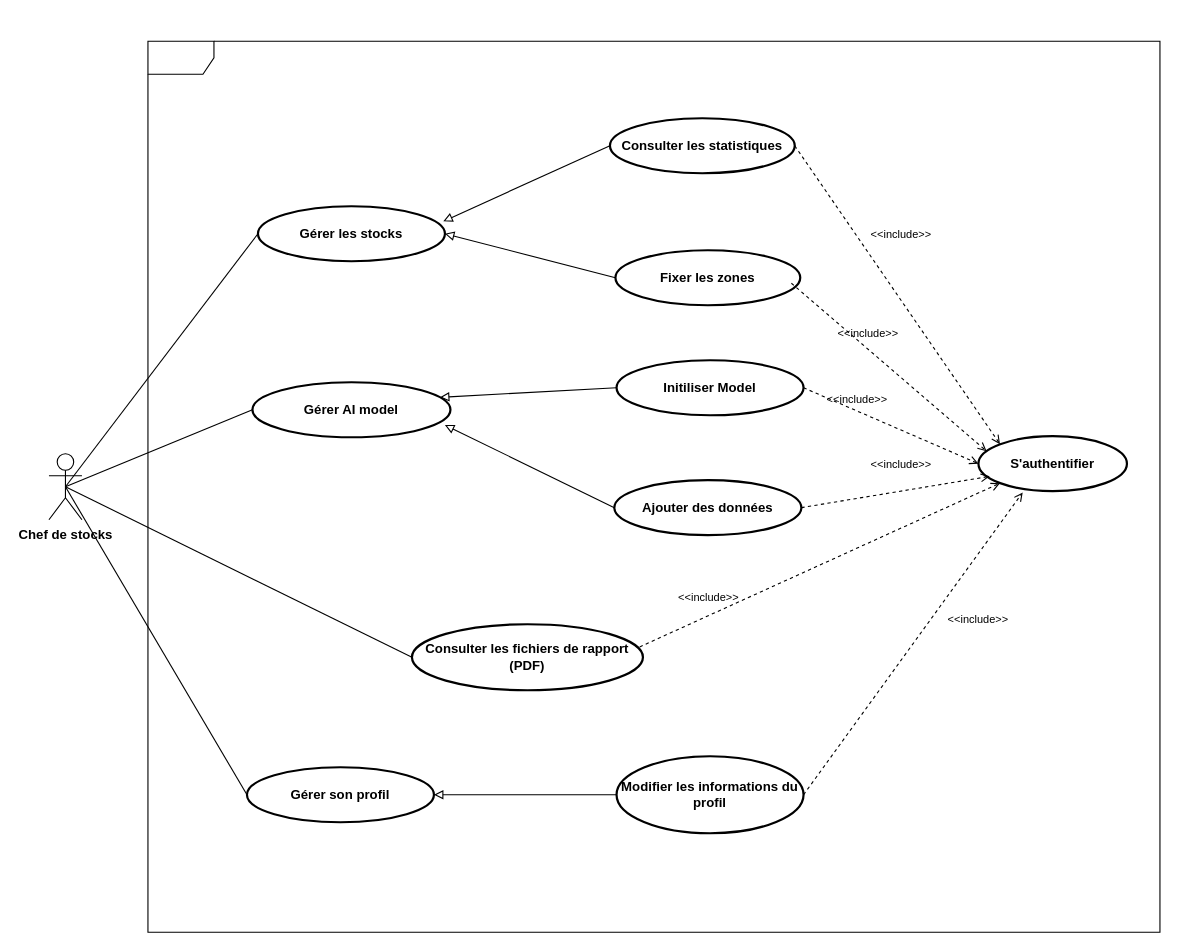
This is stock-chef.drawio from Aladdinne/Aladdinne, a draw.io file, before an edit. Source tidied: cells renumbered, new cells numbered last; positions are measured from the earlier drawing's top-left corner, leaving out a move shared by most shapes. Both pictures are drawn from the tidied source at 110%, with x=0, y=0 at pixel (48, 41).
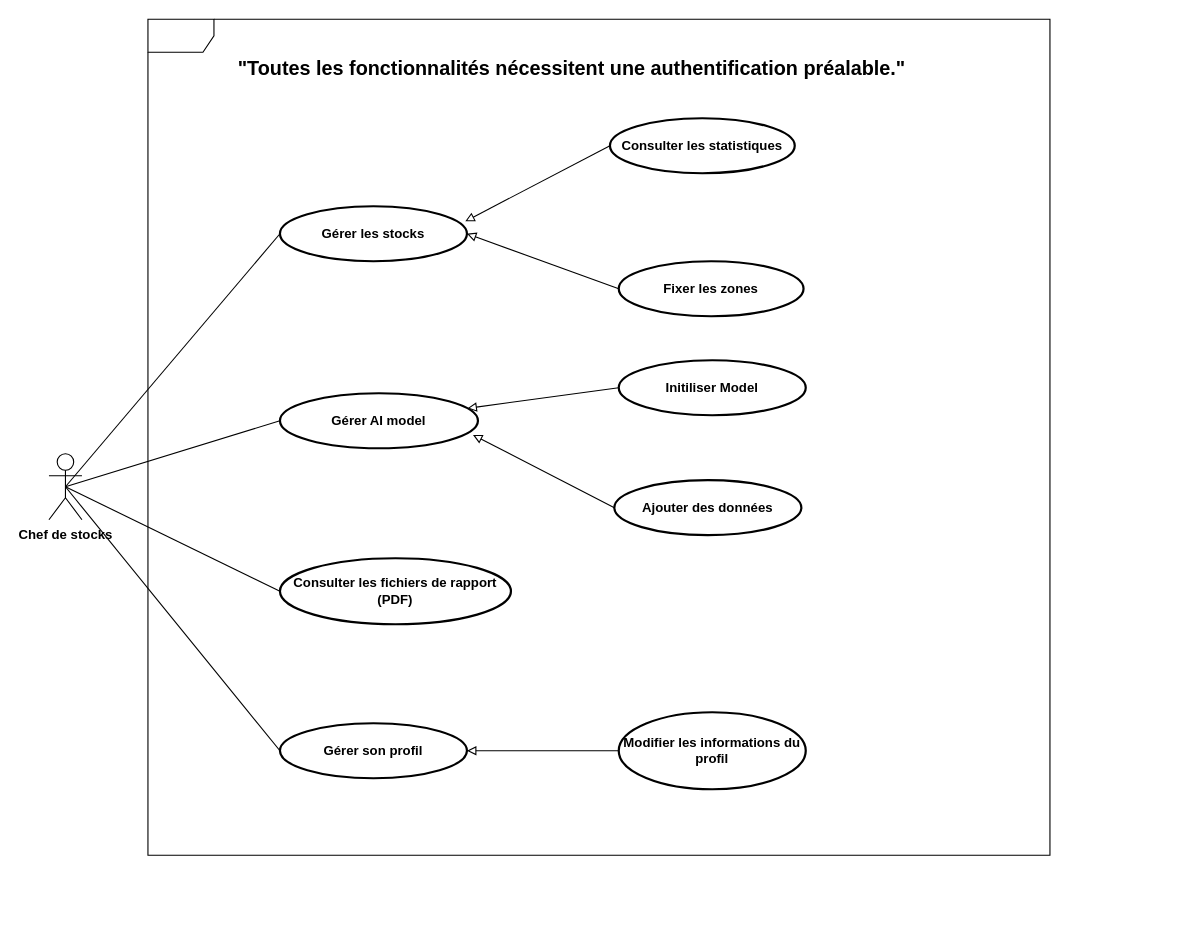
The same diagram, later.

Commit message:
Mettre à jour stock-chef.drawio

The change refers to these unchanged cells:
```xml
<mxCell id="17" value="&lt;b&gt;Consulter les statistiques&lt;/b&gt;" style="strokeWidth=2;html=1;shape=mxgraph.flowchart.start_1;whiteSpace=wrap;" parent="1" vertex="1">
  <mxGeometry x="510" y="70" width="168" height="50" as="geometry" />
</mxCell>
<mxCell id="26" value="&lt;b&gt;Ajouter des données&lt;/b&gt;" style="strokeWidth=2;html=1;shape=mxgraph.flowchart.start_1;whiteSpace=wrap;" parent="1" vertex="1">
  <mxGeometry x="514" y="399" width="170" height="50" as="geometry" />
</mxCell>
```

The edit, as a diff of the source:
```diff
@@
     <mxCell id="3" style="shape=umlFrame;whiteSpace=wrap;html=1;" parent="1" vertex="1">
-      <mxGeometry x="90" width="920" height="810" as="geometry" />
+      <mxGeometry x="90" y="-20" width="820" height="760" as="geometry" />
     </mxCell>
-    <mxCell id="4" value="&lt;b&gt;S'authentifier&lt;/b&gt;" style="strokeWidth=2;html=1;shape=mxgraph.flowchart.start_1;whiteSpace=wrap;" parent="1" vertex="1">
-      <mxGeometry x="845" y="359" width="135" height="50" as="geometry" />
-    </mxCell>
     <mxCell id="5" value="&lt;b&gt;Consulter les fichiers de rapport (PDF)&lt;/b&gt;" style="strokeWidth=2;html=1;shape=mxgraph.flowchart.start_1;whiteSpace=wrap;" parent="1" vertex="1">
-      <mxGeometry x="330" y="530" width="210" height="60" as="geometry" />
+      <mxGeometry x="210" y="470" width="210" height="60" as="geometry" />
     </mxCell>
     <mxCell id="6" value="&lt;b&gt;Gérer AI model&lt;/b&gt;" style="strokeWidth=2;html=1;shape=mxgraph.flowchart.start_1;whiteSpace=wrap;" parent="1" vertex="1">
-      <mxGeometry x="185" y="310" width="180" height="50" as="geometry" />
+      <mxGeometry x="210" y="320" width="180" height="50" as="geometry" />
     </mxCell>
     <mxCell id="7" value="&lt;b&gt;Gérer les stocks&lt;/b&gt;" style="strokeWidth=2;html=1;shape=mxgraph.flowchart.start_1;whiteSpace=wrap;" parent="1" vertex="1">
-      <mxGeometry x="190" y="150" width="170" height="50" as="geometry" />
+      <mxGeometry x="210" y="150" width="170" height="50" as="geometry" />
     </mxCell>
@@
-    <mxCell id="11" style="rounded=0;jettySize=auto;html=1;exitX=1;exitY=0.5;exitDx=0;exitDy=0;entryX=0.145;entryY=0.145;entryDx=0;entryDy=0;entryPerimeter=0;endArrow=open;endFill=0;dashed=1;exitPerimeter=0;" parent="1" edge="1" source="17" target="4">
-      <mxGeometry relative="1" as="geometry" />
-    </mxCell>
-    <mxCell id="12" style="rounded=0;jettySize=auto;html=1;entryX=0;entryY=0.5;entryDx=0;entryDy=0;entryPerimeter=0;endArrow=open;endFill=0;dashed=1;exitX=1;exitY=0.5;exitDx=0;exitDy=0;exitPerimeter=0;" parent="1" edge="1" source="24" target="4">
-      <mxGeometry relative="1" as="geometry" />
-    </mxCell>
-    <mxCell id="13" style="rounded=0;jettySize=auto;html=1;entryX=0.145;entryY=0.855;entryDx=0;entryDy=0;entryPerimeter=0;endArrow=open;endFill=0;dashed=1;exitX=0.986;exitY=0.343;exitDx=0;exitDy=0;exitPerimeter=0;" parent="1" edge="1" source="5" target="4">
-      <mxGeometry relative="1" as="geometry" />
-    </mxCell>
-    <mxCell id="14" value="&lt;font style=&quot;font-size: 10px;&quot;&gt;&amp;lt;&amp;lt;include&amp;gt;&amp;gt;&lt;/font&gt;" style="text;strokeColor=none;align=center;fillColor=none;html=1;verticalAlign=middle;whiteSpace=wrap;rounded=0;" parent="1" vertex="1">
-      <mxGeometry x="700" y="250" width="90" height="30" as="geometry" />
-    </mxCell>
-    <mxCell id="15" value="&lt;font style=&quot;font-size: 10px;&quot;&gt;&amp;lt;&amp;lt;include&amp;gt;&amp;gt;&lt;/font&gt;" style="text;strokeColor=none;align=center;fillColor=none;html=1;verticalAlign=middle;whiteSpace=wrap;rounded=0;" parent="1" vertex="1">
-      <mxGeometry x="730" y="160" width="90" height="30" as="geometry" />
-    </mxCell>
-    <mxCell id="16" value="&lt;font style=&quot;font-size: 10px;&quot;&gt;&amp;lt;&amp;lt;include&amp;gt;&amp;gt;&lt;/font&gt;" style="text;strokeColor=none;align=center;fillColor=none;html=1;verticalAlign=middle;whiteSpace=wrap;rounded=0;" parent="1" vertex="1">
-      <mxGeometry x="800" y="510" width="90" height="30" as="geometry" />
-    </mxCell>
@@
     <mxCell id="19" value="&lt;b&gt;Gérer son profil&lt;/b&gt;" style="strokeWidth=2;html=1;shape=mxgraph.flowchart.start_1;whiteSpace=wrap;" parent="1" vertex="1">
-      <mxGeometry x="180" y="660" width="170" height="50" as="geometry" />
+      <mxGeometry x="210" y="620" width="170" height="50" as="geometry" />
     </mxCell>
@@
     <mxCell id="21" value="&lt;b&gt;Modifier les informations du profil&lt;/b&gt;" style="strokeWidth=2;html=1;shape=mxgraph.flowchart.start_1;whiteSpace=wrap;" parent="1" vertex="1">
-      <mxGeometry x="516" y="650" width="170" height="70" as="geometry" />
+      <mxGeometry x="518" y="610" width="170" height="70" as="geometry" />
     </mxCell>
-    <mxCell id="22" style="rounded=0;jettySize=auto;html=1;entryX=0.298;entryY=1.023;entryDx=0;entryDy=0;entryPerimeter=0;endArrow=open;endFill=0;dashed=1;exitX=1;exitY=0.5;exitDx=0;exitDy=0;exitPerimeter=0;" parent="1" edge="1" source="21" target="4">
-      <mxGeometry relative="1" as="geometry" />
-    </mxCell>
@@
     <mxCell id="24" value="&lt;b&gt;Initiliser Model&lt;/b&gt;" style="strokeWidth=2;html=1;shape=mxgraph.flowchart.start_1;whiteSpace=wrap;" parent="1" vertex="1">
-      <mxGeometry x="516" y="290" width="170" height="50" as="geometry" />
+      <mxGeometry x="518" y="290" width="170" height="50" as="geometry" />
     </mxCell>
@@
-    <mxCell id="27" style="rounded=0;jettySize=auto;html=1;exitX=0;exitY=0.5;exitDx=0;exitDy=0;exitPerimeter=0;entryX=0.972;entryY=0.777;entryDx=0;entryDy=0;entryPerimeter=0;endArrow=block;endFill=0;" parent="1" edge="1" source="26" target="6">
+    <mxCell id="27" style="rounded=0;jettySize=auto;html=1;exitX=0;exitY=0.5;exitDx=0;exitDy=0;exitPerimeter=0;entryX=0.975;entryY=0.757;entryDx=0;entryDy=0;entryPerimeter=0;endArrow=block;endFill=0;" parent="1" edge="1" source="26" target="6">
       <mxGeometry relative="1" as="geometry" />
     </mxCell>
-    <mxCell id="28" style="rounded=0;jettySize=auto;html=1;entryX=0.076;entryY=0.731;entryDx=0;entryDy=0;entryPerimeter=0;endArrow=open;endFill=0;dashed=1;exitX=1;exitY=0.5;exitDx=0;exitDy=0;exitPerimeter=0;" parent="1" edge="1" source="26" target="4">
-      <mxGeometry relative="1" as="geometry" />
-    </mxCell>
-    <mxCell id="29" value="&lt;font style=&quot;font-size: 10px;&quot;&gt;&amp;lt;&amp;lt;include&amp;gt;&amp;gt;&lt;/font&gt;" style="text;strokeColor=none;align=center;fillColor=none;html=1;verticalAlign=middle;whiteSpace=wrap;rounded=0;" parent="1" vertex="1">
-      <mxGeometry x="730" y="369" width="90" height="30" as="geometry" />
-    </mxCell>
-    <mxCell id="30" value="&lt;font style=&quot;font-size: 10px;&quot;&gt;&amp;lt;&amp;lt;include&amp;gt;&amp;gt;&lt;/font&gt;" style="text;strokeColor=none;align=center;fillColor=none;html=1;verticalAlign=middle;whiteSpace=wrap;rounded=0;" parent="1" vertex="1">
-      <mxGeometry x="555" y="490" width="90" height="30" as="geometry" />
-    </mxCell>
     <mxCell id="31" value="&lt;b&gt;Fixer les zones&lt;/b&gt;" style="strokeWidth=2;html=1;shape=mxgraph.flowchart.start_1;whiteSpace=wrap;" parent="1" vertex="1">
-      <mxGeometry x="515" y="190" width="168" height="50" as="geometry" />
+      <mxGeometry x="518" y="200" width="168" height="50" as="geometry" />
     </mxCell>
@@
-    <mxCell id="33" style="rounded=0;jettySize=auto;html=1;exitX=0.952;exitY=0.6;exitDx=0;exitDy=0;entryX=0.055;entryY=0.274;entryDx=0;entryDy=0;entryPerimeter=0;endArrow=open;endFill=0;dashed=1;exitPerimeter=0;" parent="1" edge="1" source="31" target="4">
-      <mxGeometry relative="1" as="geometry" />
-    </mxCell>
-    <mxCell id="34" value="&lt;font style=&quot;font-size: 10px;&quot;&gt;&amp;lt;&amp;lt;include&amp;gt;&amp;gt;&lt;/font&gt;" style="text;strokeColor=none;align=center;fillColor=none;html=1;verticalAlign=middle;whiteSpace=wrap;rounded=0;" parent="1" vertex="1">
-      <mxGeometry x="690" y="310" width="90" height="30" as="geometry" />
-    </mxCell>
+    <mxCell id="35" value="&lt;p&gt;&lt;b&gt;&lt;font style=&quot;font-size: 18px;&quot;&gt;&quot;Toutes les fonctionnalités nécessitent une authentification préalable.&quot;&lt;/font&gt;&lt;/b&gt;&lt;/p&gt;&lt;p&gt;&lt;/p&gt;" style="text;html=1;align=center;verticalAlign=middle;strokeColor=none;fillColor=none;" parent="1" vertex="1">
+      <mxGeometry x="160" y="-5" width="630" height="60" as="geometry" />
+    </mxCell>
```
